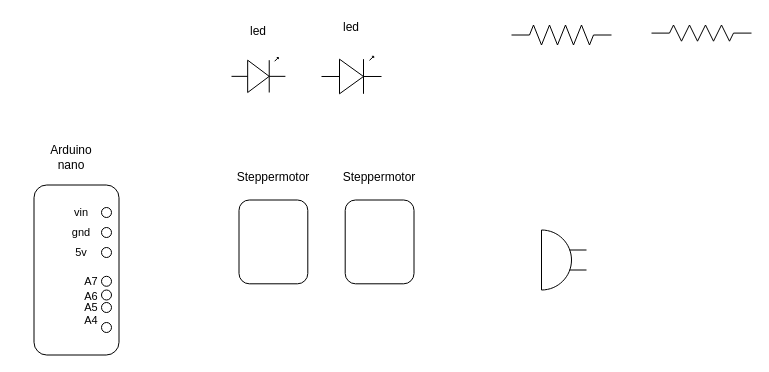
This is Untitled Diagram.drawio from ChaimaeBen/arduinoRobot, a draw.io file, before an edit. Source tidied: cells renumbered, new cells numbered last; positions are measured from the earlier drawing's top-left corner, leaving out a move shared by most shapes. Both pictures are drawn from the tidied source at 100%, with x=0, y=0 at pixel (-9, 17).
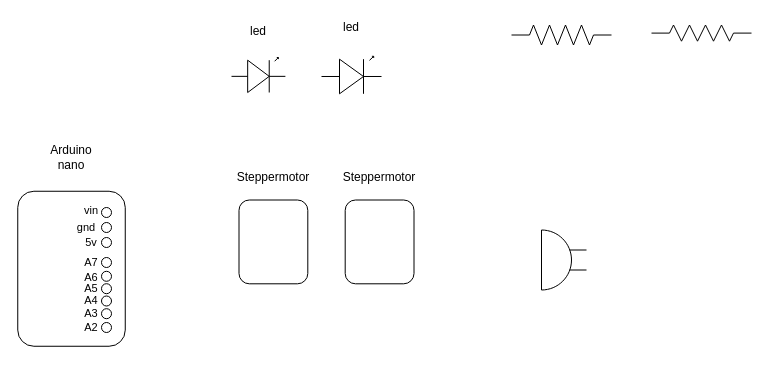
Above is the later version.

The edit, as a diff of the source:
```diff
@@
     <mxCell id="6" style="rounded=1;whiteSpace=wrap;html=1;rotation=-90;" parent="1" vertex="1">
-      <mxGeometry y="210" width="170" height="85" as="geometry" />
+      <mxGeometry x="2.5" y="197.5" width="155" height="107.5" as="geometry" />
     </mxCell>
@@
     <mxCell id="10" style="ellipse;whiteSpace=wrap;html=1;" parent="1" vertex="1">
-      <mxGeometry x="110" y="210" width="10" height="10" as="geometry" />
+      <mxGeometry x="110" y="205" width="10" height="10" as="geometry" />
     </mxCell>
     <mxCell id="11" style="ellipse;whiteSpace=wrap;html=1;" parent="1" vertex="1">
-      <mxGeometry x="110" y="230" width="10" height="10" as="geometry" />
+      <mxGeometry x="110" y="220" width="10" height="10" as="geometry" />
     </mxCell>
     <mxCell id="12" value="&lt;font style=&quot;font-size: 11px&quot;&gt;vin&lt;/font&gt;" style="text;html=1;strokeColor=none;fillColor=none;align=center;verticalAlign=middle;whiteSpace=wrap;rounded=0;" parent="1" vertex="1">
-      <mxGeometry x="70" y="185" width="40" height="20" as="geometry" />
+      <mxGeometry x="80" y="182.5" width="40" height="20" as="geometry" />
     </mxCell>
     <mxCell id="13" value="gnd" style="text;html=1;strokeColor=none;fillColor=none;align=center;verticalAlign=middle;whiteSpace=wrap;rounded=0;fontSize=11;" parent="1" vertex="1">
-      <mxGeometry x="70" y="205" width="40" height="20" as="geometry" />
+      <mxGeometry x="75" y="200" width="40" height="20" as="geometry" />
     </mxCell>
     <mxCell id="14" value="5v" style="text;html=1;strokeColor=none;fillColor=none;align=center;verticalAlign=middle;whiteSpace=wrap;rounded=0;fontSize=11;" parent="1" vertex="1">
-      <mxGeometry x="70" y="225" width="40" height="20" as="geometry" />
+      <mxGeometry x="80" y="215" width="40" height="20" as="geometry" />
     </mxCell>
@@
     <mxCell id="21" style="ellipse;whiteSpace=wrap;html=1;" parent="1" vertex="1">
-      <mxGeometry x="110" y="258.8" width="10" height="10" as="geometry" />
+      <mxGeometry x="110" y="240" width="10" height="10" as="geometry" />
     </mxCell>
     <mxCell id="22" style="ellipse;whiteSpace=wrap;html=1;" parent="1" vertex="1">
-      <mxGeometry x="110" y="272.5" width="10" height="10" as="geometry" />
+      <mxGeometry x="110" y="253.8" width="10" height="10" as="geometry" />
     </mxCell>
     <mxCell id="23" style="ellipse;whiteSpace=wrap;html=1;" parent="1" vertex="1">
-      <mxGeometry x="110" y="285" width="10" height="10" as="geometry" />
+      <mxGeometry x="110" y="266.2" width="10" height="10" as="geometry" />
     </mxCell>
-    <mxCell id="24" style="ellipse;whiteSpace=wrap;html=1;" parent="1" vertex="1">
-      <mxGeometry x="110" y="305" width="10" height="10" as="geometry" />
+    <mxCell id="24" style="ellipse;whiteSpace=wrap;html=1;spacingTop=-8;" parent="1" vertex="1">
+      <mxGeometry x="110" y="278.5" width="10" height="10" as="geometry" />
     </mxCell>
     <mxCell id="25" value="A7" style="text;html=1;strokeColor=none;fillColor=none;align=center;verticalAlign=middle;whiteSpace=wrap;rounded=0;fontSize=11;" parent="1" vertex="1">
-      <mxGeometry x="80" y="253.8" width="40" height="20" as="geometry" />
+      <mxGeometry x="80" y="235" width="40" height="20" as="geometry" />
     </mxCell>
     <mxCell id="26" value="&lt;br&gt;A6" style="text;html=1;strokeColor=none;fillColor=none;align=center;verticalAlign=middle;whiteSpace=wrap;rounded=0;fontSize=11;" parent="1" vertex="1">
-      <mxGeometry x="80" y="261.2" width="40" height="21.2" as="geometry" />
+      <mxGeometry x="80" y="242.5" width="40" height="21.2" as="geometry" />
     </mxCell>
     <mxCell id="27" value="&lt;br&gt;A5" style="text;html=1;strokeColor=none;fillColor=none;align=center;verticalAlign=middle;whiteSpace=wrap;rounded=0;fontSize=11;" parent="1" vertex="1">
-      <mxGeometry x="80" y="273.8" width="40" height="18.8" as="geometry" />
+      <mxGeometry x="80" y="255" width="40" height="18.8" as="geometry" />
     </mxCell>
-    <mxCell id="28" value="&lt;br&gt;A4" style="text;html=1;strokeColor=none;fillColor=none;align=center;verticalAlign=middle;whiteSpace=wrap;rounded=0;fontSize=11;" parent="1" vertex="1">
-      <mxGeometry x="80" y="286.2" width="40" height="18.8" as="geometry" />
+    <mxCell id="28" value="&lt;br&gt;A4" style="text;html=1;strokeColor=none;fillColor=none;align=center;verticalAlign=middle;whiteSpace=wrap;rounded=0;fontSize=11;spacing=3;" parent="1" vertex="1">
+      <mxGeometry x="85" y="273.8" width="30" height="3.8" as="geometry" />
     </mxCell>
+    <mxCell id="29" style="ellipse;whiteSpace=wrap;html=1;spacingTop=-8;" parent="1" vertex="1">
+      <mxGeometry x="110" y="291.2" width="10" height="10" as="geometry" />
+    </mxCell>
+    <mxCell id="30" value="&lt;br&gt;A3" style="text;html=1;strokeColor=none;fillColor=none;align=center;verticalAlign=middle;whiteSpace=wrap;rounded=0;fontSize=11;spacing=3;" parent="1" vertex="1">
+      <mxGeometry x="85" y="287.5" width="30" height="3.8" as="geometry" />
+    </mxCell>
+    <mxCell id="31" style="ellipse;whiteSpace=wrap;html=1;spacingTop=-8;" parent="1" vertex="1">
+      <mxGeometry x="110" y="305" width="10" height="10" as="geometry" />
+    </mxCell>
+    <mxCell id="32" value="&lt;br&gt;A2" style="text;html=1;strokeColor=none;fillColor=none;align=center;verticalAlign=middle;whiteSpace=wrap;rounded=0;fontSize=11;spacing=3;" parent="1" vertex="1">
+      <mxGeometry x="85" y="301.2" width="30" height="3.8" as="geometry" />
+    </mxCell>
```
